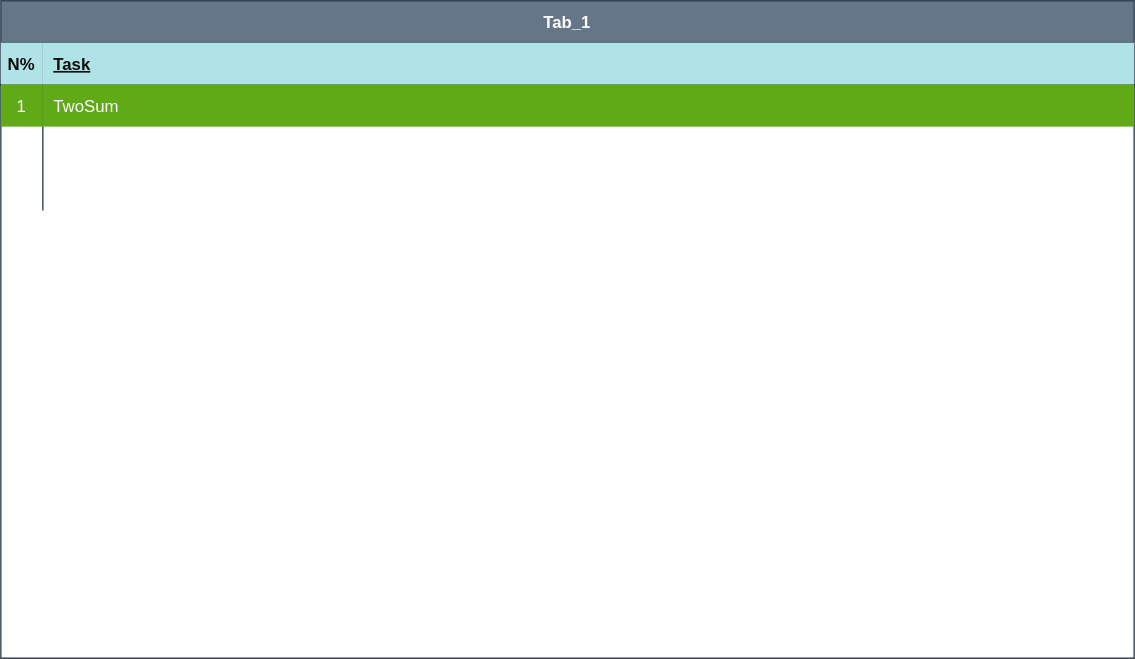
Earlier version of the draw.io export .idea/TableTask.drawio.svg (Ashwagandha-coder/leetcode_kotlin). Source tidied: cells renumbered, new cells last; positions are measured from the earlier drawing's top-left corner, leaving out a move shared by most shapes.
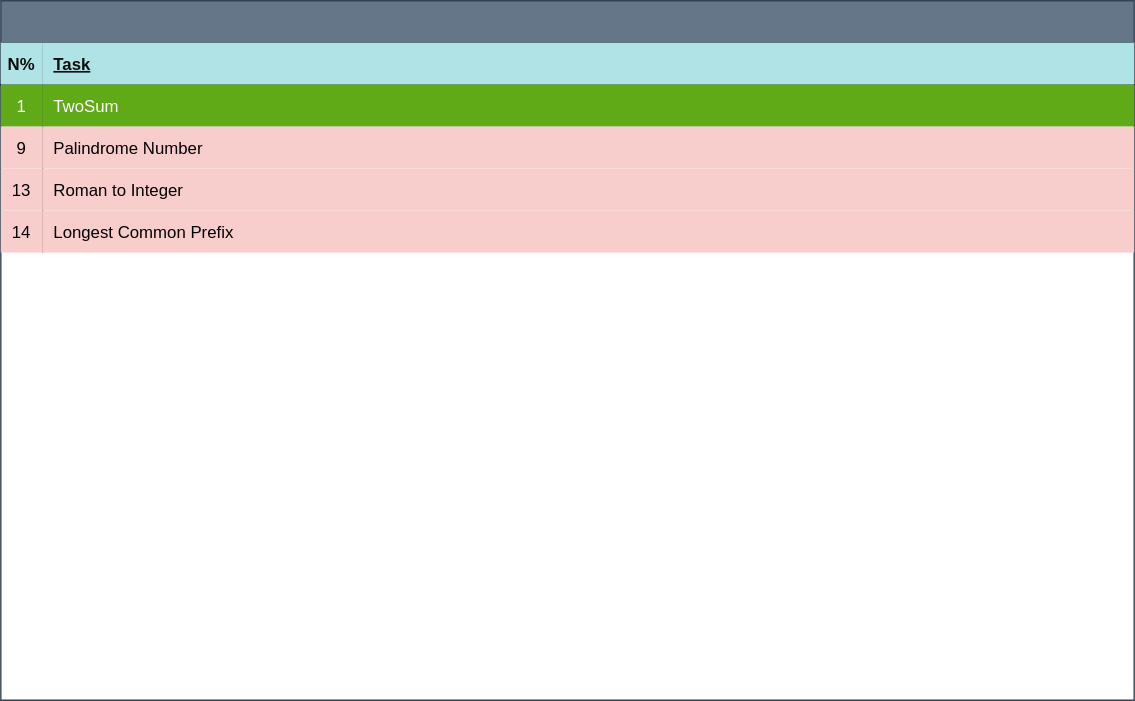
After the change.

Commit message:
update and plan for task

Diff of the diagram source:
```diff
@@ -2,8 +2,8 @@
   <root>
     <mxCell id="0" />
     <mxCell id="1" parent="0" />
-    <mxCell id="2" value="Tab_1" style="shape=table;startSize=30;rowLines=0;fontStyle=1;align=center;fillColor=#647687;fontColor=#ffffff;strokeColor=#314354;" parent="1" vertex="1">
-      <mxGeometry width="810" height="470" as="geometry" />
+    <mxCell id="2" style="shape=table;startSize=30;rowLines=0;fontStyle=1;align=center;fillColor=#647687;fontColor=#ffffff;strokeColor=#314354;" parent="1" vertex="1">
+      <mxGeometry width="810" height="500" as="geometry" />
     </mxCell>
     <mxCell id="3" style="shape=tableRow;horizontal=0;startSize=0;swimlaneHead=0;swimlaneBody=0;fillColor=none;top=0;left=0;right=0;bottom=1;" parent="2" vertex="1">
       <mxGeometry y="30" width="810" height="30" as="geometry" />
@@ -26,20 +26,29 @@
     <mxCell id="9" style="shape=tableRow;horizontal=0;startSize=0;swimlaneHead=0;swimlaneBody=0;fillColor=none;top=0;left=0;right=0;bottom=0;" parent="2" vertex="1">
       <mxGeometry y="90" width="810" height="30" as="geometry" />
     </mxCell>
-    <mxCell id="10" style="shape=partialRectangle;fillColor=none;top=0;left=0;bottom=0;right=0;overflow=hidden;" parent="9" vertex="1">
+    <mxCell id="10" value="9" style="shape=partialRectangle;fillColor=#f8cecc;top=0;left=0;bottom=0;right=0;overflow=hidden;strokeColor=#b85450;" parent="9" vertex="1">
       <mxGeometry width="30" height="30" as="geometry" />
     </mxCell>
-    <mxCell id="11" style="shape=partialRectangle;fillColor=none;top=0;left=0;bottom=0;right=0;align=left;spacingLeft=6;overflow=hidden;" parent="9" vertex="1">
+    <mxCell id="11" value="Palindrome Number" style="shape=partialRectangle;fillColor=#f8cecc;top=0;left=0;bottom=0;right=0;align=left;spacingLeft=6;overflow=hidden;strokeColor=#b85450;" parent="9" vertex="1">
       <mxGeometry x="30" width="780" height="30" as="geometry" />
     </mxCell>
     <mxCell id="12" style="shape=tableRow;horizontal=0;startSize=0;swimlaneHead=0;swimlaneBody=0;fillColor=none;top=0;left=0;right=0;bottom=0;" parent="2" vertex="1">
       <mxGeometry y="120" width="810" height="30" as="geometry" />
     </mxCell>
-    <mxCell id="13" style="shape=partialRectangle;fillColor=none;top=0;left=0;bottom=0;right=0;overflow=hidden;" parent="12" vertex="1">
+    <mxCell id="13" value="13" style="shape=partialRectangle;fillColor=#f8cecc;top=0;left=0;bottom=0;right=0;overflow=hidden;strokeColor=#b85450;" parent="12" vertex="1">
       <mxGeometry width="30" height="30" as="geometry" />
     </mxCell>
-    <mxCell id="14" style="shape=partialRectangle;fillColor=none;top=0;left=0;bottom=0;right=0;align=left;spacingLeft=6;overflow=hidden;" parent="12" vertex="1">
+    <mxCell id="14" value="Roman to Integer" style="shape=partialRectangle;fillColor=#f8cecc;top=0;left=0;bottom=0;right=0;align=left;spacingLeft=6;overflow=hidden;strokeColor=#b85450;" parent="12" vertex="1">
       <mxGeometry x="30" width="780" height="30" as="geometry" />
     </mxCell>
+    <mxCell id="15" style="shape=tableRow;horizontal=0;startSize=0;swimlaneHead=0;swimlaneBody=0;fillColor=none;top=0;left=0;right=0;bottom=0;" parent="2" vertex="1">
+      <mxGeometry y="150" width="810" height="30" as="geometry" />
+    </mxCell>
+    <mxCell id="16" value="14" style="shape=partialRectangle;fillColor=#f8cecc;top=0;left=0;bottom=0;right=0;overflow=hidden;strokeColor=#b85450;" parent="15" vertex="1">
+      <mxGeometry width="30" height="30" as="geometry" />
+    </mxCell>
+    <mxCell id="17" value="Longest Common Prefix" style="shape=partialRectangle;fillColor=#f8cecc;top=0;left=0;bottom=0;right=0;align=left;spacingLeft=6;overflow=hidden;strokeColor=#b85450;" parent="15" vertex="1">
+      <mxGeometry x="30" width="780" height="30" as="geometry" />
+    </mxCell>
   </root>
 </mxGraphModel>
```
